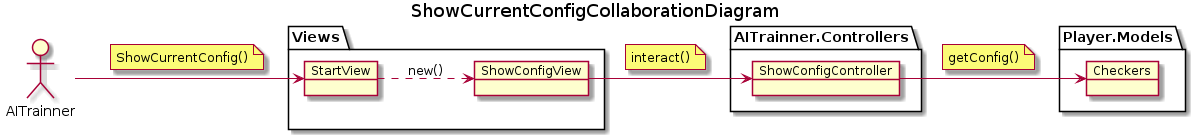
Before: docs/output/analysis/use-cases/ShowCurrentConfigCollaborationDiagram.png, a diagram exported from PlantUML (Master-Desarrollo-20-21/patrones-diseno---practica-final---juego-de-las-damas-fraylopez). Source of this version:
```plantuml
@startuml ShowCurrentConfigCollaborationDiagram
title ShowCurrentConfigCollaborationDiagram
left to right direction

allow_mixing
actor AITrainner
package Views{
object StartView
object ShowConfigView
AITrainner --> StartView
note on link
ShowCurrentConfig()
end note

StartView ..> ShowConfigView : new()

}

package AITrainner.Controllers{
object ShowConfigController
ShowConfigView --> ShowConfigController
note on link
interact()
end note
}

package Player.Models{
object Checkers
ShowConfigController --> Checkers
note on link
getConfig()
end note
}
@enduml
```
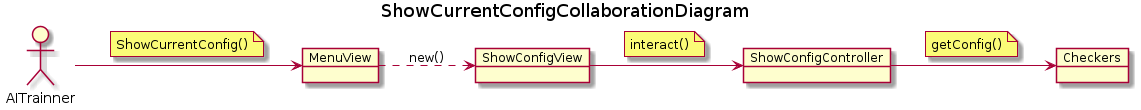
Later version of the same file.

Diff of the diagram source:
```diff
@@ -4,31 +4,25 @@
 
 allow_mixing
 actor AITrainner
-package Views{
-object StartView
+object MenuView
 object ShowConfigView
-AITrainner --> StartView
+AITrainner --> MenuView
 note on link
 ShowCurrentConfig()
 end note
 
-StartView ..> ShowConfigView : new()
+MenuView ..> ShowConfigView : new()
 
-}
 
-package AITrainner.Controllers{
 object ShowConfigController
 ShowConfigView --> ShowConfigController
 note on link
 interact()
 end note
-}
 
-package Player.Models{
 object Checkers
 ShowConfigController --> Checkers
 note on link
 getConfig()
 end note
-}
 @enduml
```
